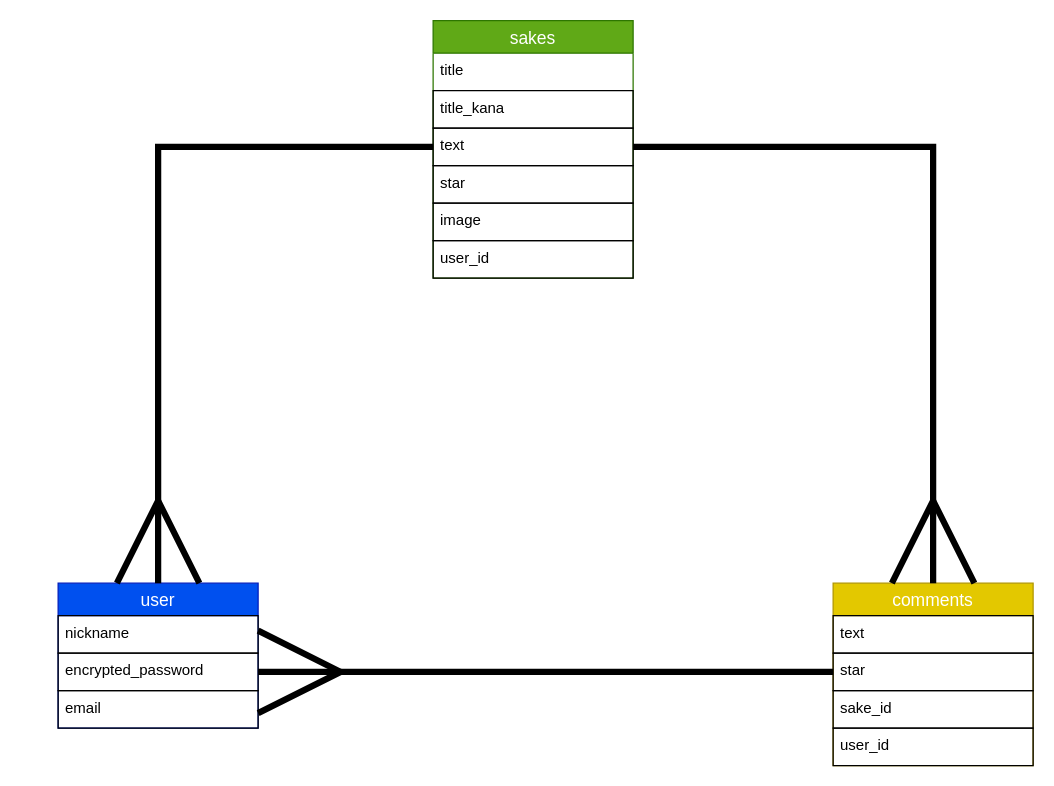
Earlier version of the draw.io diagram aisakaya.dio (sakamoto-99/aisakaya). Source tidied: cells renumbered, new cells numbered last; positions are measured from the earlier drawing's top-left corner, leaving out a move shared by most shapes. Both pictures are drawn from the tidied source at 125%, with x=0, y=0 at pixel (58, 20).
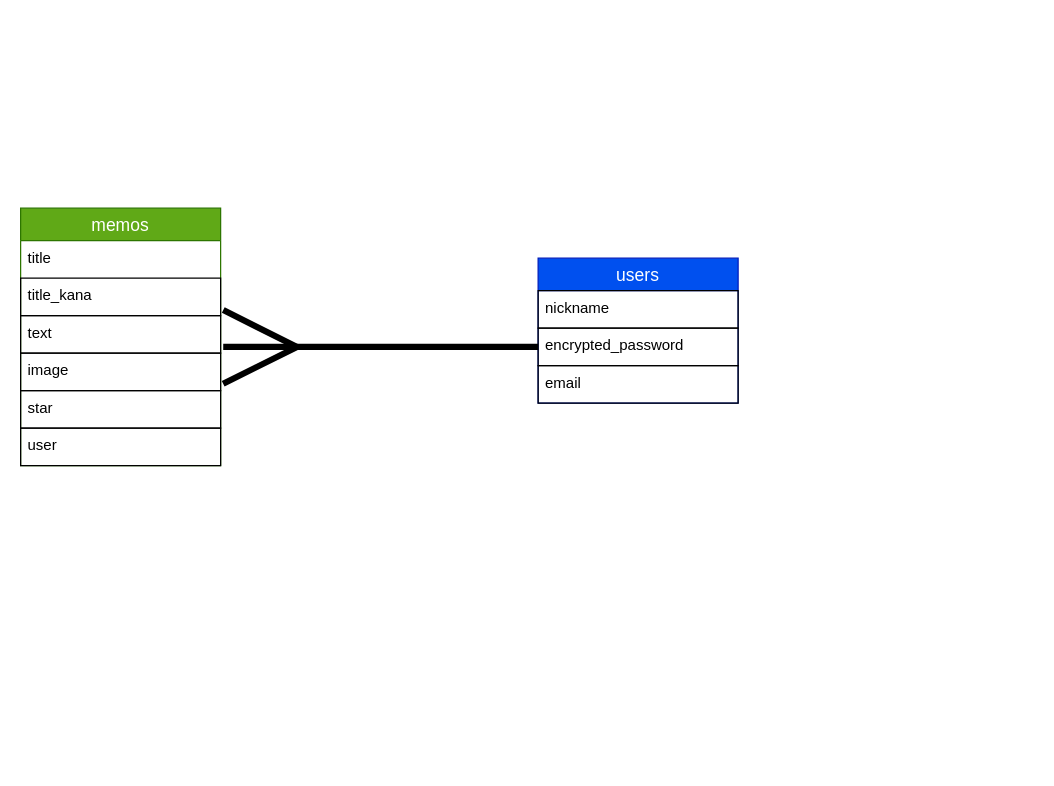
After the change.

The change refers to these unchanged cells:
```xml
<mxCell id="5" value="text" style="text;fillColor=none;spacingLeft=4;spacingRight=4;overflow=hidden;points=[[0,0.5],[1,0.5]];portConstraint=eastwest;fontSize=12;strokeColor=#000000;fontColor=#000000;" parent="2" vertex="1">
  <mxGeometry y="86" width="160" height="30" as="geometry" />
</mxCell>
<mxCell id="11" value="encrypted_password" style="text;fillColor=none;spacingLeft=4;spacingRight=4;overflow=hidden;points=[[0,0.5],[1,0.5]];portConstraint=eastwest;fontSize=12;strokeColor=#000000;fontColor=#000000;" parent="9" vertex="1">
  <mxGeometry y="56" width="160" height="30" as="geometry" />
</mxCell>
```

Change to the diagram source:
```diff
@@
-    <mxCell id="2" value="sakes" style="swimlane;fontStyle=0;horizontal=1;startSize=26;align=center;fontSize=14;strokeColor=#2D7600;fillColor=#60a917;fontColor=#ffffff;" parent="1" vertex="1">
-      <mxGeometry x="300" width="160" height="206" as="geometry" />
+    <mxCell id="2" value="memos" style="swimlane;fontStyle=0;horizontal=1;startSize=26;align=center;fontSize=14;strokeColor=#2D7600;fillColor=#60a917;fontColor=#ffffff;" parent="1" vertex="1">
+      <mxGeometry x="-30" y="150" width="160" height="206" as="geometry" />
     </mxCell>
@@
+    <mxCell id="7" value="image" style="text;fillColor=none;spacingLeft=4;spacingRight=4;overflow=hidden;fontSize=12;strokeColor=#000000;fontColor=#000000;" parent="2" vertex="1">
+      <mxGeometry y="116" width="160" height="30" as="geometry" />
+    </mxCell>
     <mxCell id="6" value="star" style="text;fillColor=none;spacingLeft=4;spacingRight=4;overflow=hidden;fontSize=12;strokeColor=#000000;fontColor=#000000;" parent="2" vertex="1">
-      <mxGeometry y="116" width="160" height="30" as="geometry" />
+      <mxGeometry y="146" width="160" height="30" as="geometry" />
     </mxCell>
-    <mxCell id="7" value="image" style="text;fillColor=none;spacingLeft=4;spacingRight=4;overflow=hidden;fontSize=12;strokeColor=#000000;fontColor=#000000;" parent="2" vertex="1">
-      <mxGeometry y="146" width="160" height="30" as="geometry" />
-    </mxCell>
-    <mxCell id="8" value="user_id" style="text;fillColor=none;spacingLeft=4;spacingRight=4;overflow=hidden;fontSize=12;strokeColor=#000000;fontColor=#000000;" parent="2" vertex="1">
+    <mxCell id="8" value="user" style="text;fillColor=none;spacingLeft=4;spacingRight=4;overflow=hidden;fontSize=12;strokeColor=#000000;fontColor=#000000;" parent="2" vertex="1">
       <mxGeometry y="176" width="160" height="30" as="geometry" />
     </mxCell>
-    <mxCell id="9" value="user" style="swimlane;fontStyle=0;horizontal=1;startSize=26;align=center;fontSize=14;strokeColor=#001DBC;fillColor=#0050ef;fontColor=#ffffff;" parent="1" vertex="1">
-      <mxGeometry y="450" width="160" height="116" as="geometry" />
+    <mxCell id="9" value="users" style="swimlane;fontStyle=0;horizontal=1;startSize=26;align=center;fontSize=14;strokeColor=#001DBC;fillColor=#0050ef;fontColor=#ffffff;" parent="1" vertex="1">
+      <mxGeometry x="384" y="190" width="160" height="116" as="geometry" />
     </mxCell>
@@
-    <mxCell id="13" value="comments" style="swimlane;fontStyle=0;horizontal=1;startSize=26;align=center;fontSize=14;strokeColor=#B09500;fillColor=#e3c800;fontColor=#ffffff;" parent="1" vertex="1">
-      <mxGeometry x="620" y="450" width="160" height="146" as="geometry" />
-    </mxCell>
-    <mxCell id="14" value="text" style="text;fillColor=none;spacingLeft=4;spacingRight=4;overflow=hidden;fontSize=12;fontColor=#000000;strokeColor=#000000;" parent="13" vertex="1">
-      <mxGeometry y="26" width="160" height="30" as="geometry" />
-    </mxCell>
-    <mxCell id="15" value="star" style="text;fillColor=none;spacingLeft=4;spacingRight=4;overflow=hidden;points=[[0,0.5],[1,0.5]];portConstraint=eastwest;fontSize=12;fontColor=#000000;strokeColor=#000000;" parent="13" vertex="1">
-      <mxGeometry y="56" width="160" height="30" as="geometry" />
-    </mxCell>
-    <mxCell id="16" value="sake_id" style="text;fillColor=none;spacingLeft=4;spacingRight=4;overflow=hidden;fontSize=12;fontColor=#000000;strokeColor=#000000;" parent="13" vertex="1">
-      <mxGeometry y="86" width="160" height="30" as="geometry" />
-    </mxCell>
-    <mxCell id="17" value="user_id" style="text;fillColor=none;spacingLeft=4;spacingRight=4;overflow=hidden;fontSize=12;fontColor=#000000;strokeColor=#000000;" parent="13" vertex="1">
-      <mxGeometry y="116" width="160" height="30" as="geometry" />
-    </mxCell>
-    <mxCell id="18" style="edgeStyle=orthogonalEdgeStyle;rounded=0;jumpStyle=none;jettySize=auto;html=1;endArrow=ERmany;endFill=0;startSize=15;endSize=60;strokeColor=#000000;strokeWidth=5;" parent="1" edge="1" source="5" target="9">
-      <mxGeometry relative="1" as="geometry" />
-    </mxCell>
-    <mxCell id="19" style="edgeStyle=orthogonalEdgeStyle;rounded=0;jumpStyle=none;jettySize=auto;html=1;exitX=0;exitY=0.5;exitDx=0;exitDy=0;entryX=1;entryY=0.5;entryDx=0;entryDy=0;startSize=15;sourcePerimeterSpacing=15;endArrow=ERmany;endFill=0;endSize=60;strokeColor=#000000;fontColor=#000000;strokeWidth=5;" parent="1" edge="1" source="15" target="11">
-      <mxGeometry relative="1" as="geometry" />
-    </mxCell>
-    <mxCell id="20" style="edgeStyle=orthogonalEdgeStyle;rounded=0;jumpStyle=none;jettySize=auto;html=1;exitX=1;exitY=0.5;exitDx=0;exitDy=0;entryX=0.5;entryY=0;entryDx=0;entryDy=0;startSize=15;sourcePerimeterSpacing=15;endArrow=ERmany;endFill=0;endSize=60;strokeColor=#000000;fontColor=#000000;strokeWidth=5;" parent="1" edge="1" source="5" target="13">
-      <mxGeometry relative="1" as="geometry" />
-    </mxCell>
+    <mxCell id="21" style="edgeStyle=orthogonalEdgeStyle;rounded=0;jettySize=auto;html=1;entryX=1.013;entryY=0.833;entryDx=0;entryDy=0;entryPerimeter=0;endArrow=ERmany;endFill=0;endSize=53;strokeColor=#000000;strokeWidth=5;" parent="1" edge="1" source="11" target="5">
+      <mxGeometry relative="1" as="geometry">
+        <Array as="points">
+          <mxPoint x="140" y="261" />
+          <mxPoint x="140" y="261" />
+        </Array>
+      </mxGeometry>
+    </mxCell>
```
